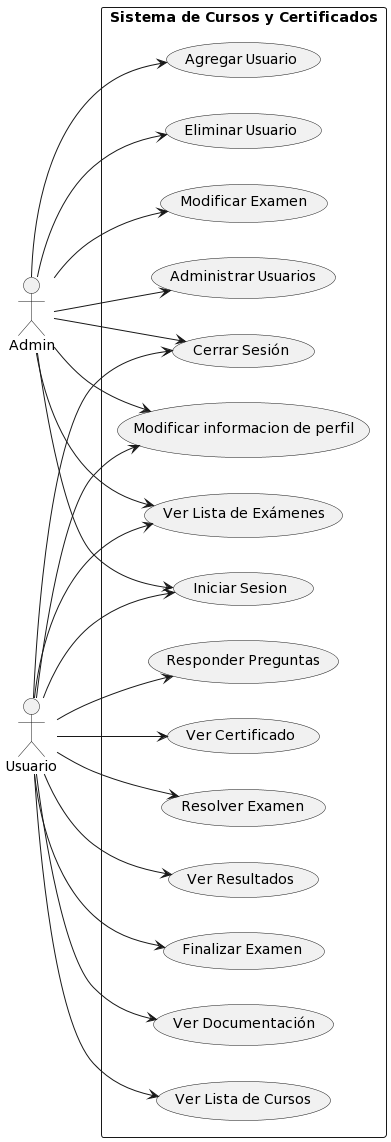
Before: docs/scenariosView/DiagramaCasosDeUsos/DiagramaCasosDeUsos.png, a diagram exported from PlantUML (Carverz/IS-022023_Proyecto-Grupo-4).
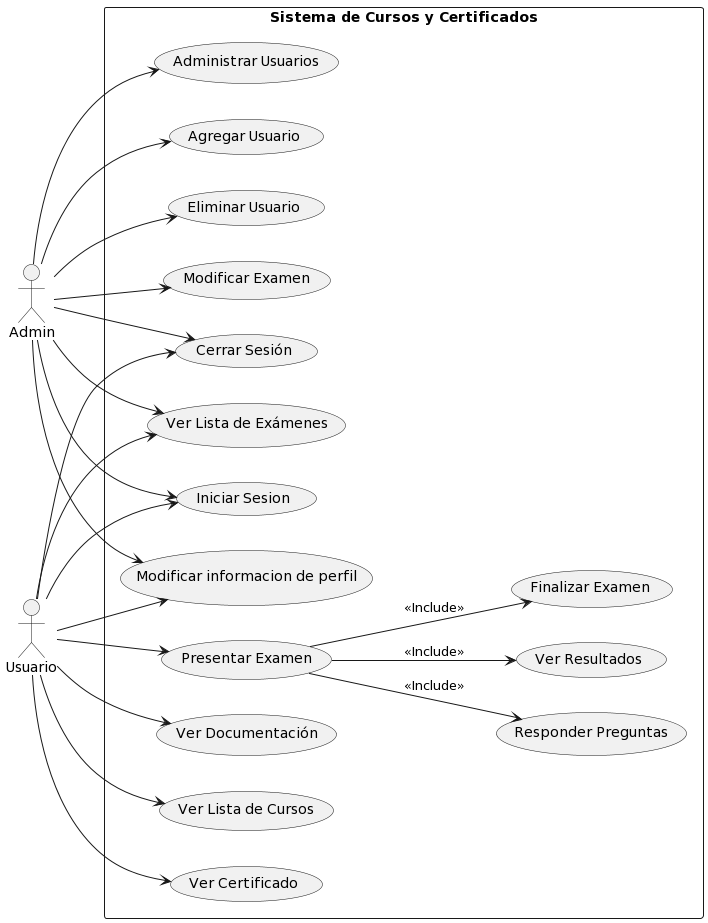
Later version of the same file.

Commit message:
Arreglo diagrama de casos de uso

Change to the diagram source:
```diff
@@ -19,12 +19,12 @@
   U1 --> (Ver Documentación)
   U1 --> (Ver Lista de Cursos)
   U1 --> (Ver Lista de Exámenes)
-  U1 --> (Responder Preguntas)
   U1 --> (Ver Certificado)
-  U1 --> (Resolver Examen)
-  U1 --> (Ver Resultados)
+  U1 --> (Presentar Examen)
+  (Presentar Examen)  --> (Responder Preguntas): <<Include>>
+  (Presentar Examen) --> (Ver Resultados): <<Include>>
   U1--> (Modificar informacion de perfil)
-  U1 --> (Finalizar Examen)
+  (Presentar Examen) --> (Finalizar Examen): <<Include>>
 
 
 
```
